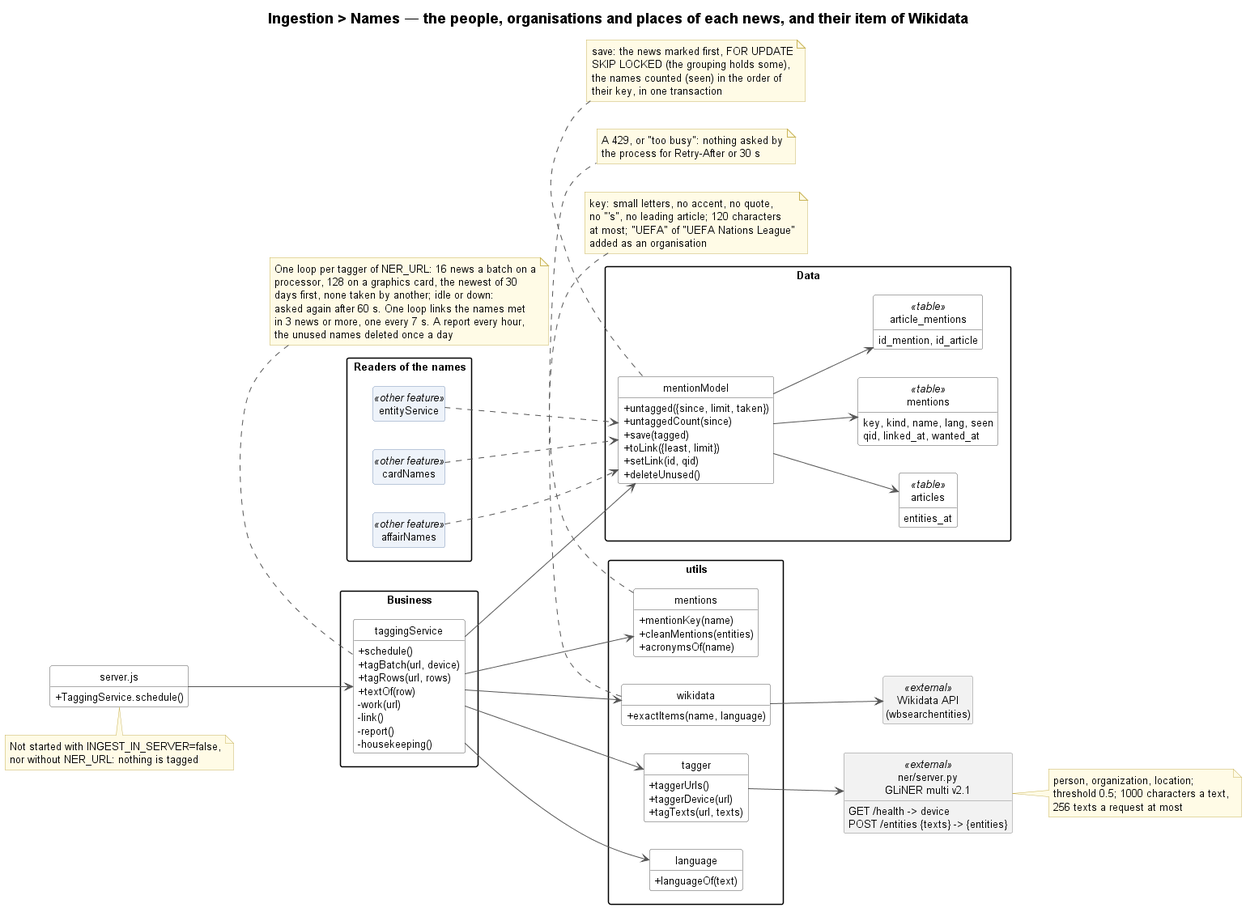
Earlier version of the PlantUML export docs/ingestion/names/ingestion-names-class.png (TPI2026-NewsGenerator/NewsGenerator-Backend). Source of this version:
```plantuml
@startuml ingestion-names-class
!include ../../_style/class.iuml
left to right direction
title Ingestion > Names — the people, organisations and places of each news, and their item of Wikidata

class "server.js" as serverStart {
    + TaggingService.schedule()
}
note bottom of serverStart
    Not started with INGEST_IN_SERVER=false,
    nor without NER_URL: nothing is tagged
end note

package "Business" {
    class taggingService {
        + schedule()
        + tagBatch(url, device)
        + tagRows(url, rows)
        + textOf(row)
        - work(url)
        - link()
        - report()
        - housekeeping()
    }
}
note top of taggingService
    One loop per tagger of NER_URL: 16 news a batch on a
    processor, 128 on a graphics card, the newest of 30
    days first, none taken by another; idle or down:
    asked again after 60 s. One loop links the names met
    in 3 news or more, one every 7 s. A report every hour,
    the unused names deleted once a day
end note

package "utils" {
    class tagger {
        + taggerUrls()
        + taggerDevice(url)
        + tagTexts(url, texts)
    }
    class mentions {
        + mentionKey(name)
        + cleanMentions(entities)
        + acronymsOf(name)
    }
    class language {
        + languageOf(text)
    }
    class wikidata {
        + exactItems(name, language)
    }
}
note bottom of mentions
    key: small letters, no accent, no quote,
    no "'s", no leading article; 120 characters
    at most; "UEFA" of "UEFA Nations League"
    added as an organisation
end note
note bottom of wikidata
    A 429, or "too busy": nothing asked by
    the process for Retry-After or 30 s
end note

package "Data" {
    class mentionModel {
        + untagged({since, limit, taken})
        + untaggedCount(since)
        + save(tagged)
        + toLink({least, limit})
        + setLink(id, qid)
        + deleteUnused()
    }
    class "articles" as articlesTable <<table>> {
        entities_at
    }
    class "mentions" as mentionsTable <<table>> {
        key, kind, name, lang, seen
        qid, linked_at, wanted_at
    }
    class "article_mentions" as amTable <<table>> {
        id_mention, id_article
    }
}
note bottom of mentionModel
    save: the news marked first, FOR UPDATE
    SKIP LOCKED (the grouping holds some),
    the names counted (seen) in the order of
    their key, in one transaction
end note

package "Readers of the names" {
    class entityService <<other feature>>
    class cardNames <<other feature>>
    class affairNames <<other feature>>
}

class "ner/server.py\nGLiNER multi v2.1" as Ner <<external>> {
    GET /health -> device
    POST /entities {texts} -> {entities}
}
note right of Ner
    person, organization, location;
    threshold 0.5; 1000 characters a text,
    256 texts a request at most
end note
class "Wikidata API\n(wbsearchentities)" as WikidataApi <<external>>

serverStart --> taggingService
taggingService --> tagger
taggingService --> mentions
taggingService --> language
taggingService --> wikidata
taggingService --> mentionModel
tagger --> Ner
wikidata --> WikidataApi
mentionModel --> articlesTable
mentionModel --> mentionsTable
mentionModel --> amTable
entityService ..> mentionModel
cardNames ..> mentionModel
affairNames ..> mentionModel
@enduml
```
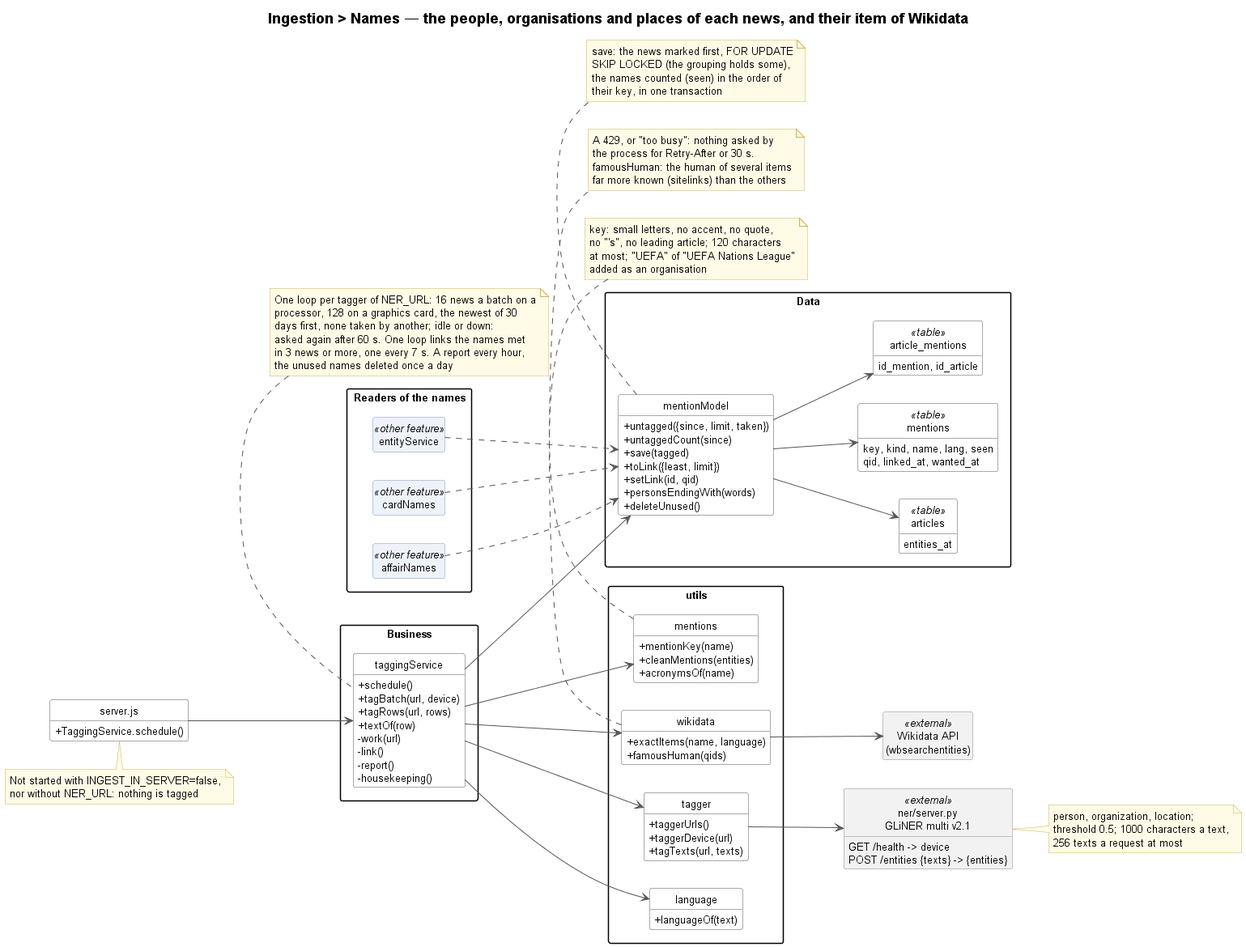
The same diagram one commit later.

What changed in the source:
```diff
@@ -48,6 +48,7 @@
     }
     class wikidata {
         + exactItems(name, language)
+        + famousHuman(qids)
     }
 }
 note bottom of mentions
@@ -58,7 +59,9 @@
 end note
 note bottom of wikidata
     A 429, or "too busy": nothing asked by
-    the process for Retry-After or 30 s
+    the process for Retry-After or 30 s.
+    famousHuman: the human of several items
+    far more known (sitelinks) than the others
 end note
 
 package "Data" {
@@ -68,6 +71,7 @@
         + save(tagged)
         + toLink({least, limit})
         + setLink(id, qid)
+        + personsEndingWith(words)
         + deleteUnused()
     }
     class "articles" as articlesTable <<table>> {
```
